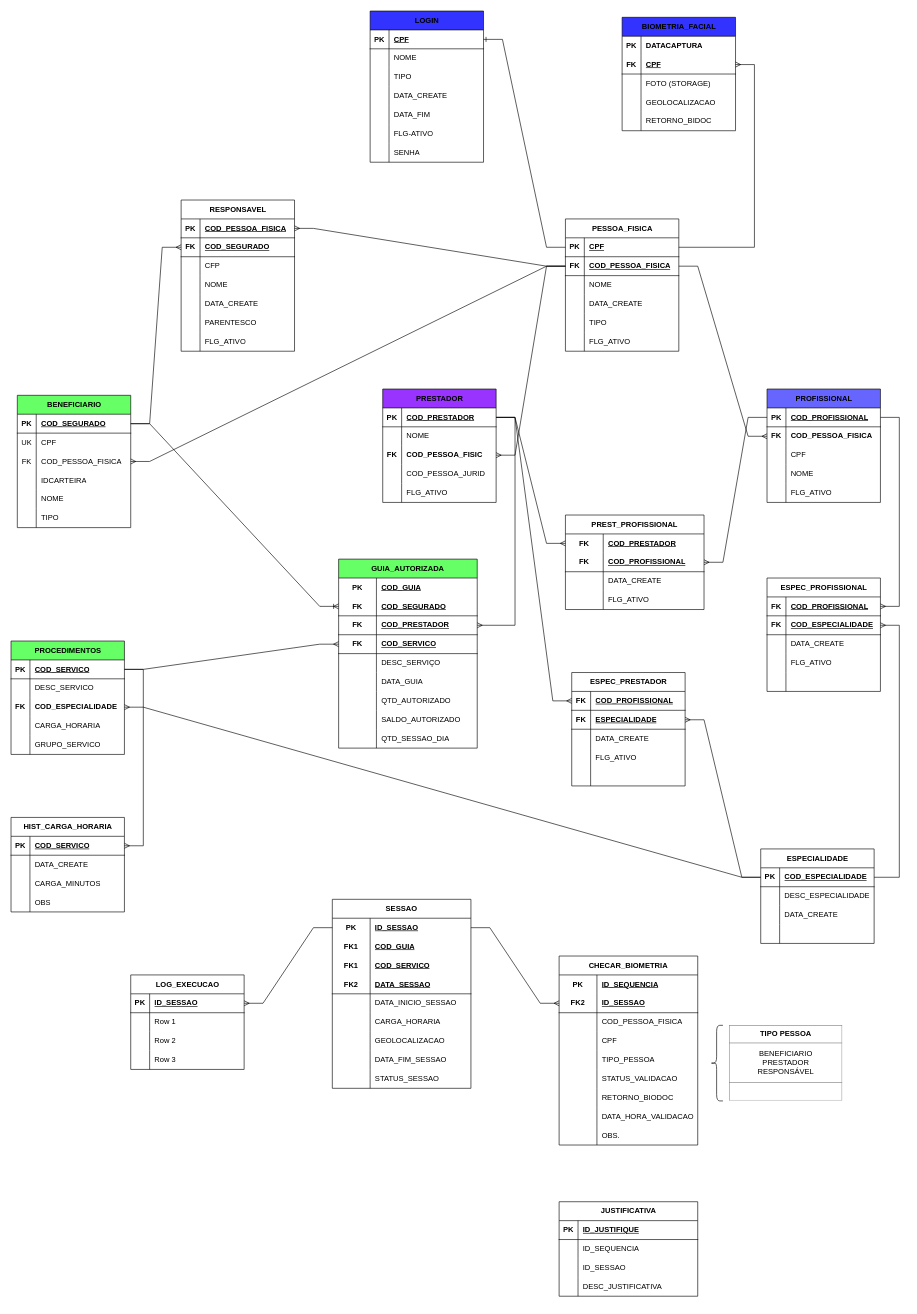
Before: APP-TEA02.drawio in hugocesar975/Todos, a draw.io diagram. Source tidied: cells renumbered, new cells numbered last; positions are measured from the earlier drawing's top-left corner, leaving out a move shared by most shapes. Both pictures are drawn from the tidied source at 63%, with x=0, y=0 at pixel (11, 11).
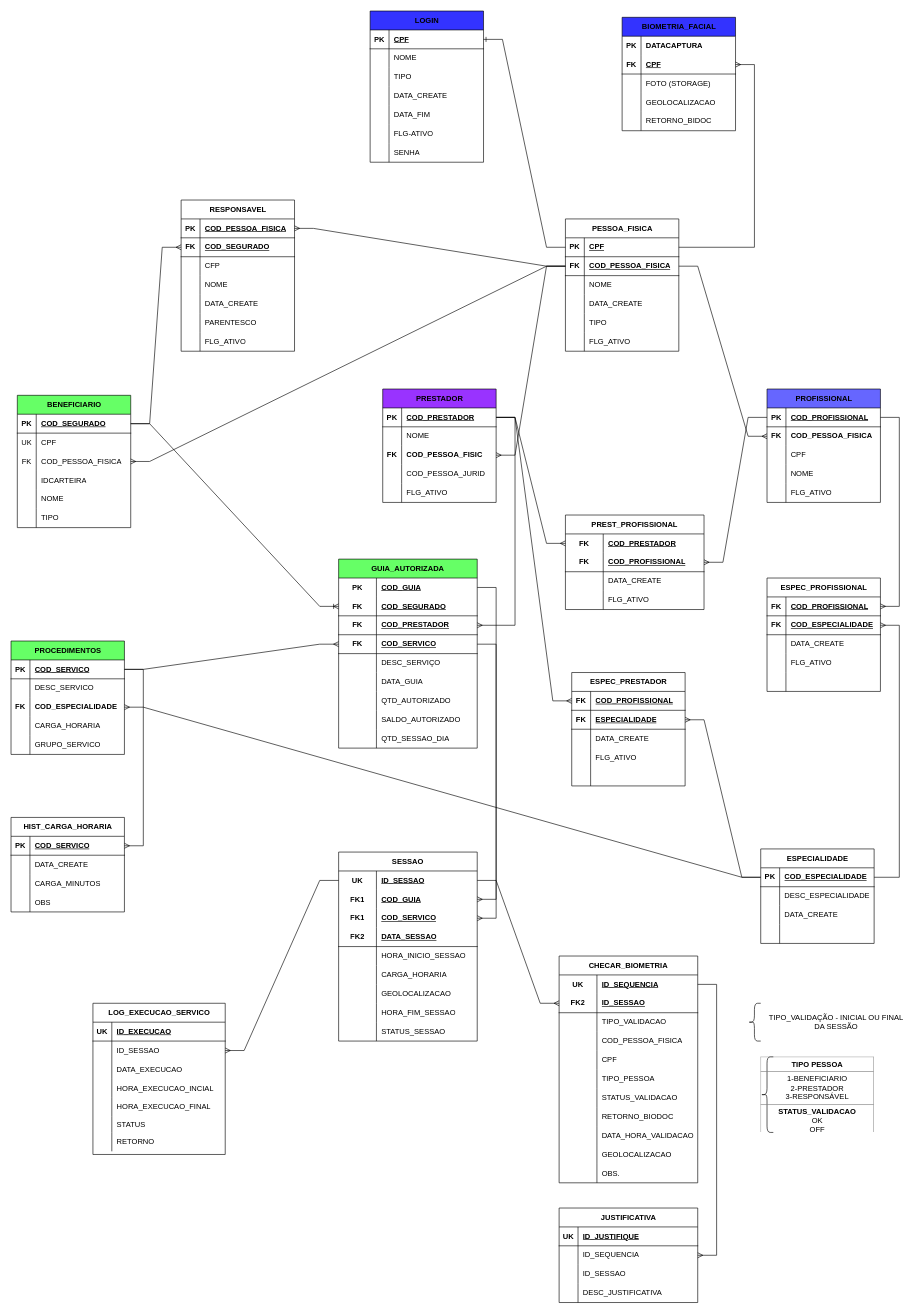
After the change.

Unchanged cells that the change refers to:
```xml
<mxCell id="23" style="shape=tableRow;horizontal=0;startSize=0;swimlaneHead=0;swimlaneBody=0;fillColor=none;points=[[0,0.5],[1,0.5]];portConstraint=eastwest;top=0;left=0;right=0;bottom=0;html=1;" parent="22" vertex="1">
  <mxGeometry y="30" width="220" height="30" as="geometry" />
</mxCell>
<mxCell id="32" style="shape=tableRow;horizontal=0;startSize=0;swimlaneHead=0;swimlaneBody=0;fillColor=none;points=[[0,0.5],[1,0.5]];portConstraint=eastwest;top=0;left=0;right=0;bottom=1;html=1;" parent="22" vertex="1">
  <mxGeometry y="120" width="220" height="30" as="geometry" />
</mxCell>
<mxCell id="266" style="shape=tableRow;horizontal=0;startSize=0;swimlaneHead=0;swimlaneBody=0;fillColor=none;points=[[0,0.5],[1,0.5]];portConstraint=eastwest;top=0;left=0;right=0;bottom=0;html=1;" parent="265" vertex="1">
  <mxGeometry y="30" width="220" height="30" as="geometry" />
</mxCell>
<mxCell id="269" style="shape=tableRow;horizontal=0;startSize=0;swimlaneHead=0;swimlaneBody=0;fillColor=none;points=[[0,0.5],[1,0.5]];portConstraint=eastwest;top=0;left=0;right=0;bottom=0;html=1;" parent="265" vertex="1">
  <mxGeometry y="60" width="220" height="30" as="geometry" />
</mxCell>
<mxCell id="272" style="shape=tableRow;horizontal=0;startSize=0;swimlaneHead=0;swimlaneBody=0;fillColor=none;points=[[0,0.5],[1,0.5]];portConstraint=eastwest;top=0;left=0;right=0;bottom=0;html=1;" parent="265" vertex="1">
  <mxGeometry y="90" width="220" height="30" as="geometry" />
</mxCell>
<mxCell id="278" style="shape=tableRow;horizontal=0;startSize=0;swimlaneHead=0;swimlaneBody=0;fillColor=none;top=0;left=0;right=0;bottom=0;html=1;" parent="265" vertex="1">
  <mxGeometry y="150" width="220" height="30" as="geometry" />
</mxCell>
<mxCell id="287" style="shape=tableRow;horizontal=0;startSize=0;swimlaneHead=0;swimlaneBody=0;fillColor=none;top=0;left=0;right=0;bottom=0;html=1;" parent="265" vertex="1">
  <mxGeometry y="240" width="220" height="30" as="geometry" />
</mxCell>
<mxCell id="309" style="shape=tableRow;horizontal=0;startSize=0;swimlaneHead=0;swimlaneBody=0;fillColor=none;points=[[0,0.5],[1,0.5]];portConstraint=eastwest;top=0;left=0;right=0;bottom=0;html=1;" parent="308" vertex="1">
  <mxGeometry y="30" width="220" height="30" as="geometry" />
</mxCell>
<mxCell id="339" style="shape=tableRow;horizontal=0;startSize=0;swimlaneHead=0;swimlaneBody=0;fillColor=none;top=0;left=0;right=0;bottom=1;" parent="338" vertex="1">
  <mxGeometry y="30" width="220" height="30" as="geometry" />
</mxCell>
<mxCell id="342" style="shape=tableRow;horizontal=0;startSize=0;swimlaneHead=0;swimlaneBody=0;fillColor=none;points=[[0,0.5],[1,0.5]];portConstraint=eastwest;top=0;left=0;right=0;bottom=0;" parent="338" vertex="1">
  <mxGeometry y="60" width="220" height="30" as="geometry" />
</mxCell>
```

What changed in the source:
```diff
@@
     <mxCell id="265" value="SESSAO" style="shape=table;startSize=30;childLayout=tableLayout;rowLines=0;fontStyle=1;align=center;html=1;whiteSpace=wrap;" parent="1" vertex="1">
-      <mxGeometry x="510" y="1410" width="220" height="300" as="geometry" />
+      <mxGeometry x="520" y="1335" width="220" height="300" as="geometry" />
     </mxCell>
@@
-    <mxCell id="267" value="PK" style="shape=partialRectangle;fillColor=none;top=0;left=0;bottom=0;right=0;fontStyle=1;overflow=hidden;html=1;whiteSpace=wrap;" parent="266" vertex="1">
+    <mxCell id="267" value="UK" style="shape=partialRectangle;fillColor=none;top=0;left=0;bottom=0;right=0;fontStyle=1;overflow=hidden;html=1;whiteSpace=wrap;" parent="266" vertex="1">
       <mxGeometry width="60" height="30" as="geometry" />
     </mxCell>
@@
-    <mxCell id="280" value="DATA_INICIO_SESSAO" style="shape=partialRectangle;fillColor=none;top=0;left=0;bottom=0;right=0;align=left;spacingLeft=6;overflow=hidden;html=1;whiteSpace=wrap;" parent="278" vertex="1">
+    <mxCell id="280" value="HORA_INICIO_SESSAO" style="shape=partialRectangle;fillColor=none;top=0;left=0;bottom=0;right=0;align=left;spacingLeft=6;overflow=hidden;html=1;whiteSpace=wrap;" parent="278" vertex="1">
       <mxGeometry x="60" width="160" height="30" as="geometry" />
     </mxCell>
@@
-    <mxCell id="289" value="DATA_FIM_SESSAO" style="shape=partialRectangle;fillColor=none;top=0;left=0;bottom=0;right=0;align=left;spacingLeft=6;overflow=hidden;html=1;whiteSpace=wrap;" parent="287" vertex="1">
+    <mxCell id="289" value="HORA_FIM_SESSAO" style="shape=partialRectangle;fillColor=none;top=0;left=0;bottom=0;right=0;align=left;spacingLeft=6;overflow=hidden;html=1;whiteSpace=wrap;" parent="287" vertex="1">
       <mxGeometry x="60" width="160" height="30" as="geometry" />
     </mxCell>
@@
-    <mxCell id="293" value="LOG_EXECUCAO" style="shape=table;startSize=30;childLayout=tableLayout;rowLines=0;fontStyle=1;align=center;html=1;" parent="1" vertex="1">
-      <mxGeometry x="190" y="1530" width="180" height="150" as="geometry" />
+    <mxCell id="293" value="LOG_EXECUCAO_SERVICO" style="shape=table;startSize=30;childLayout=tableLayout;rowLines=0;fontStyle=1;align=center;html=1;" parent="1" vertex="1">
+      <mxGeometry x="130" y="1575" width="210" height="240" as="geometry" />
     </mxCell>
     <mxCell id="294" style="shape=tableRow;horizontal=0;startSize=0;swimlaneHead=0;swimlaneBody=0;fillColor=none;points=[[0,0.5],[1,0.5]];portConstraint=eastwest;top=0;left=0;right=0;bottom=1;" parent="293" vertex="1">
-      <mxGeometry y="30" width="180" height="30" as="geometry" />
+      <mxGeometry y="30" width="210" height="30" as="geometry" />
     </mxCell>
-    <mxCell id="295" value="PK" style="shape=partialRectangle;fillColor=none;top=0;left=0;bottom=0;right=0;fontStyle=1;overflow=hidden;whiteSpace=wrap;html=1;" parent="294" vertex="1">
+    <mxCell id="295" value="UK" style="shape=partialRectangle;fillColor=none;top=0;left=0;bottom=0;right=0;fontStyle=1;overflow=hidden;whiteSpace=wrap;html=1;" parent="294" vertex="1">
       <mxGeometry width="30" height="30" as="geometry" />
     </mxCell>
-    <mxCell id="296" value="ID_SESSAO" style="shape=partialRectangle;fillColor=none;top=0;left=0;bottom=0;right=0;align=left;spacingLeft=6;fontStyle=5;overflow=hidden;whiteSpace=wrap;html=1;" parent="294" vertex="1">
-      <mxGeometry x="30" width="150" height="30" as="geometry" />
+    <mxCell id="296" value="ID_EXECUCAO" style="shape=partialRectangle;fillColor=none;top=0;left=0;bottom=0;right=0;align=left;spacingLeft=6;fontStyle=5;overflow=hidden;whiteSpace=wrap;html=1;" parent="294" vertex="1">
+      <mxGeometry x="30" width="180" height="30" as="geometry" />
     </mxCell>
+    <mxCell id="351" style="shape=tableRow;horizontal=0;startSize=0;swimlaneHead=0;swimlaneBody=0;fillColor=none;points=[[0,0.5],[1,0.5]];portConstraint=eastwest;top=0;left=0;right=0;bottom=0;" parent="293" vertex="1">
+      <mxGeometry y="60" width="210" height="30" as="geometry" />
+    </mxCell>
+    <mxCell id="352" style="shape=partialRectangle;fillColor=none;top=0;left=0;bottom=0;right=0;overflow=hidden;whiteSpace=wrap;html=1;" parent="351" vertex="1">
+      <mxGeometry width="30" height="30" as="geometry" />
+    </mxCell>
+    <mxCell id="353" value="ID_SESSAO" style="shape=partialRectangle;fillColor=none;top=0;left=0;bottom=0;right=0;align=left;spacingLeft=6;overflow=hidden;whiteSpace=wrap;html=1;" parent="351" vertex="1">
+      <mxGeometry x="30" width="180" height="30" as="geometry" />
+    </mxCell>
     <mxCell id="297" style="shape=tableRow;horizontal=0;startSize=0;swimlaneHead=0;swimlaneBody=0;fillColor=none;top=0;left=0;right=0;bottom=0;" parent="293" vertex="1">
-      <mxGeometry y="60" width="180" height="30" as="geometry" />
+      <mxGeometry y="90" width="210" height="30" as="geometry" />
     </mxCell>
@@
-    <mxCell id="299" value="Row 1" style="shape=partialRectangle;fillColor=none;top=0;left=0;bottom=0;right=0;align=left;spacingLeft=6;overflow=hidden;whiteSpace=wrap;html=1;" parent="297" vertex="1">
-      <mxGeometry x="30" width="150" height="30" as="geometry" />
+    <mxCell id="299" value="DATA_EXECUCAO" style="shape=partialRectangle;fillColor=none;top=0;left=0;bottom=0;right=0;align=left;spacingLeft=6;overflow=hidden;whiteSpace=wrap;html=1;" parent="297" vertex="1">
+      <mxGeometry x="30" width="180" height="30" as="geometry" />
     </mxCell>
+    <mxCell id="354" style="shape=tableRow;horizontal=0;startSize=0;swimlaneHead=0;swimlaneBody=0;fillColor=none;top=0;left=0;right=0;bottom=0;" parent="293" vertex="1">
+      <mxGeometry y="120" width="210" height="30" as="geometry" />
+    </mxCell>
+    <mxCell id="355" style="shape=partialRectangle;fillColor=none;top=0;left=0;bottom=0;right=0;overflow=hidden;whiteSpace=wrap;html=1;" parent="354" vertex="1">
+      <mxGeometry width="30" height="30" as="geometry" />
+    </mxCell>
+    <mxCell id="356" value="HORA_EXECUCAO_INCIAL" style="shape=partialRectangle;fillColor=none;top=0;left=0;bottom=0;right=0;align=left;spacingLeft=6;overflow=hidden;whiteSpace=wrap;html=1;" parent="354" vertex="1">
+      <mxGeometry x="30" width="180" height="30" as="geometry" />
+    </mxCell>
+    <mxCell id="357" style="shape=tableRow;horizontal=0;startSize=0;swimlaneHead=0;swimlaneBody=0;fillColor=none;top=0;left=0;right=0;bottom=0;" parent="293" vertex="1">
+      <mxGeometry y="150" width="210" height="30" as="geometry" />
+    </mxCell>
+    <mxCell id="358" style="shape=partialRectangle;fillColor=none;top=0;left=0;bottom=0;right=0;overflow=hidden;whiteSpace=wrap;html=1;" parent="357" vertex="1">
+      <mxGeometry width="30" height="30" as="geometry" />
+    </mxCell>
+    <mxCell id="359" value="HORA_EXECUCAO_FINAL" style="shape=partialRectangle;fillColor=none;top=0;left=0;bottom=0;right=0;align=left;spacingLeft=6;overflow=hidden;whiteSpace=wrap;html=1;" parent="357" vertex="1">
+      <mxGeometry x="30" width="180" height="30" as="geometry" />
+    </mxCell>
     <mxCell id="300" style="shape=tableRow;horizontal=0;startSize=0;swimlaneHead=0;swimlaneBody=0;fillColor=none;top=0;left=0;right=0;bottom=0;" parent="293" vertex="1">
-      <mxGeometry y="90" width="180" height="30" as="geometry" />
+      <mxGeometry y="180" width="210" height="25" as="geometry" />
     </mxCell>
     <mxCell id="301" style="shape=partialRectangle;fillColor=none;top=0;left=0;bottom=0;right=0;overflow=hidden;whiteSpace=wrap;html=1;" parent="300" vertex="1">
-      <mxGeometry width="30" height="30" as="geometry" />
+      <mxGeometry width="30" height="25" as="geometry" />
     </mxCell>
-    <mxCell id="302" value="Row 2" style="shape=partialRectangle;fillColor=none;top=0;left=0;bottom=0;right=0;align=left;spacingLeft=6;overflow=hidden;whiteSpace=wrap;html=1;" parent="300" vertex="1">
-      <mxGeometry x="30" width="150" height="30" as="geometry" />
+    <mxCell id="302" value="STATUS" style="shape=partialRectangle;fillColor=none;top=0;left=0;bottom=0;right=0;align=left;spacingLeft=6;overflow=hidden;whiteSpace=wrap;html=1;" parent="300" vertex="1">
+      <mxGeometry x="30" width="180" height="25" as="geometry" />
     </mxCell>
     <mxCell id="303" style="shape=tableRow;horizontal=0;startSize=0;swimlaneHead=0;swimlaneBody=0;fillColor=none;top=0;left=0;right=0;bottom=0;" parent="293" vertex="1">
-      <mxGeometry y="120" width="180" height="30" as="geometry" />
+      <mxGeometry y="205" width="210" height="30" as="geometry" />
     </mxCell>
@@
-    <mxCell id="305" value="Row 3" style="shape=partialRectangle;fillColor=none;top=0;left=0;bottom=0;right=0;align=left;spacingLeft=6;overflow=hidden;whiteSpace=wrap;html=1;" parent="303" vertex="1">
-      <mxGeometry x="30" width="150" height="30" as="geometry" />
+    <mxCell id="305" value="RETORNO" style="shape=partialRectangle;fillColor=none;top=0;left=0;bottom=0;right=0;align=left;spacingLeft=6;overflow=hidden;whiteSpace=wrap;html=1;" parent="303" vertex="1">
+      <mxGeometry x="30" width="180" height="30" as="geometry" />
     </mxCell>
@@
-    <mxCell id="307" style="edgeStyle=entityRelationEdgeStyle;fontSize=12;html=1;endArrow=ERmany;rounded=0;" parent="1" edge="1" source="266" target="294">
+    <mxCell id="307" style="edgeStyle=entityRelationEdgeStyle;fontSize=12;html=1;endArrow=ERmany;rounded=0;entryX=1;entryY=0.5;entryDx=0;entryDy=0;" parent="1" edge="1" source="266" target="351">
       <mxGeometry relative="1" as="geometry" />
     </mxCell>
     <mxCell id="308" value="CHECAR_BIOMETRIA" style="shape=table;startSize=30;childLayout=tableLayout;rowLines=0;fontStyle=1;align=center;html=1;whiteSpace=wrap;" parent="1" vertex="1">
-      <mxGeometry x="870" y="1500" width="220" height="300" as="geometry" />
+      <mxGeometry x="870" y="1500" width="220" height="360" as="geometry" />
     </mxCell>
@@
-    <mxCell id="310" value="PK" style="shape=partialRectangle;fillColor=none;top=0;left=0;bottom=0;right=0;fontStyle=1;overflow=hidden;html=1;whiteSpace=wrap;" parent="309" vertex="1">
+    <mxCell id="310" value="UK" style="shape=partialRectangle;fillColor=none;top=0;left=0;bottom=0;right=0;fontStyle=1;overflow=hidden;html=1;whiteSpace=wrap;" parent="309" vertex="1">
       <mxGeometry width="60" height="30" as="geometry" />
     </mxCell>
@@
+    <mxCell id="360" style="shape=tableRow;horizontal=0;startSize=0;swimlaneHead=0;swimlaneBody=0;fillColor=none;top=0;left=0;right=0;bottom=0;html=1;" parent="308" vertex="1">
+      <mxGeometry y="90" width="220" height="30" as="geometry" />
+    </mxCell>
+    <mxCell id="361" style="shape=partialRectangle;fillColor=none;top=0;left=0;bottom=0;right=0;overflow=hidden;html=1;whiteSpace=wrap;" parent="360" vertex="1">
+      <mxGeometry width="60" height="30" as="geometry" />
+    </mxCell>
+    <mxCell id="362" value="TIPO_VALIDACAO" style="shape=partialRectangle;fillColor=none;top=0;left=0;bottom=0;right=0;align=left;spacingLeft=6;overflow=hidden;html=1;whiteSpace=wrap;" parent="360" vertex="1">
+      <mxGeometry x="60" width="160" height="30" as="geometry" />
+    </mxCell>
     <mxCell id="315" style="shape=tableRow;horizontal=0;startSize=0;swimlaneHead=0;swimlaneBody=0;fillColor=none;top=0;left=0;right=0;bottom=0;html=1;" parent="308" vertex="1">
-      <mxGeometry y="90" width="220" height="30" as="geometry" />
+      <mxGeometry y="120" width="220" height="30" as="geometry" />
     </mxCell>
@@
     <mxCell id="318" style="shape=tableRow;horizontal=0;startSize=0;swimlaneHead=0;swimlaneBody=0;fillColor=none;top=0;left=0;right=0;bottom=0;html=1;" parent="308" vertex="1">
-      <mxGeometry y="120" width="220" height="30" as="geometry" />
+      <mxGeometry y="150" width="220" height="30" as="geometry" />
     </mxCell>
@@
     <mxCell id="321" style="shape=tableRow;horizontal=0;startSize=0;swimlaneHead=0;swimlaneBody=0;fillColor=none;top=0;left=0;right=0;bottom=0;html=1;" parent="308" vertex="1">
-      <mxGeometry y="150" width="220" height="30" as="geometry" />
+      <mxGeometry y="180" width="220" height="30" as="geometry" />
     </mxCell>
@@
     <mxCell id="324" style="shape=tableRow;horizontal=0;startSize=0;swimlaneHead=0;swimlaneBody=0;fillColor=none;top=0;left=0;right=0;bottom=0;html=1;" parent="308" vertex="1">
-      <mxGeometry y="180" width="220" height="30" as="geometry" />
+      <mxGeometry y="210" width="220" height="30" as="geometry" />
     </mxCell>
@@
     <mxCell id="327" style="shape=tableRow;horizontal=0;startSize=0;swimlaneHead=0;swimlaneBody=0;fillColor=none;top=0;left=0;right=0;bottom=0;html=1;" parent="308" vertex="1">
-      <mxGeometry y="210" width="220" height="30" as="geometry" />
+      <mxGeometry y="240" width="220" height="30" as="geometry" />
     </mxCell>
@@
     <mxCell id="330" style="shape=tableRow;horizontal=0;startSize=0;swimlaneHead=0;swimlaneBody=0;fillColor=none;top=0;left=0;right=0;bottom=0;html=1;" parent="308" vertex="1">
-      <mxGeometry y="240" width="220" height="30" as="geometry" />
+      <mxGeometry y="270" width="220" height="30" as="geometry" />
     </mxCell>
@@
+    <mxCell id="363" style="shape=tableRow;horizontal=0;startSize=0;swimlaneHead=0;swimlaneBody=0;fillColor=none;top=0;left=0;right=0;bottom=0;html=1;" parent="308" vertex="1">
+      <mxGeometry y="300" width="220" height="30" as="geometry" />
+    </mxCell>
+    <mxCell id="364" style="shape=partialRectangle;fillColor=none;top=0;left=0;bottom=0;right=0;overflow=hidden;html=1;whiteSpace=wrap;" parent="363" vertex="1">
+      <mxGeometry width="60" height="30" as="geometry" />
+    </mxCell>
+    <mxCell id="365" value="GEOLOCALIZACAO" style="shape=partialRectangle;fillColor=none;top=0;left=0;bottom=0;right=0;align=left;spacingLeft=6;overflow=hidden;html=1;whiteSpace=wrap;" parent="363" vertex="1">
+      <mxGeometry x="60" width="160" height="30" as="geometry" />
+    </mxCell>
     <mxCell id="333" style="shape=tableRow;horizontal=0;startSize=0;swimlaneHead=0;swimlaneBody=0;fillColor=none;top=0;left=0;right=0;bottom=0;html=1;" parent="308" vertex="1">
-      <mxGeometry y="270" width="220" height="30" as="geometry" />
+      <mxGeometry y="330" width="220" height="30" as="geometry" />
     </mxCell>
@@
     <mxCell id="336" style="shape=curlyBracket;whiteSpace=wrap;html=1;rounded=1;labelPosition=left;verticalLabelPosition=middle;align=right;verticalAlign=middle;" parent="1" vertex="1">
-      <mxGeometry x="1110" y="1610" width="20" height="120" as="geometry" />
+      <mxGeometry x="1190" y="1660" width="20" height="120" as="geometry" />
     </mxCell>
-    <mxCell id="337" value="&lt;table border=&quot;1&quot; width=&quot;100%&quot; height=&quot;100%&quot; cellpadding=&quot;4&quot; style=&quot;width:100%;height:100%;border-collapse:collapse;&quot;&gt;&lt;tbody&gt;&lt;tr&gt;&lt;th align=&quot;center&quot;&gt;TIPO PESSOA&lt;/th&gt;&lt;/tr&gt;&lt;tr&gt;&lt;td align=&quot;center&quot;&gt;BENEFICIARIO&lt;br&gt;PRESTADOR&lt;br&gt;RESPONSÁVEL&lt;/td&gt;&lt;/tr&gt;&lt;tr&gt;&lt;td align=&quot;center&quot;&gt;&lt;br&gt;&lt;/td&gt;&lt;/tr&gt;&lt;/tbody&gt;&lt;/table&gt;" style="text;html=1;whiteSpace=wrap;strokeColor=none;fillColor=none;overflow=fill;" parent="1" vertex="1">
-      <mxGeometry x="1140" y="1610" width="180" height="120" as="geometry" />
+    <mxCell id="337" value="&lt;table border=&quot;1&quot; width=&quot;100%&quot; height=&quot;100%&quot; cellpadding=&quot;4&quot; style=&quot;width:100%;height:100%;border-collapse:collapse;&quot;&gt;&lt;tbody&gt;&lt;tr&gt;&lt;th align=&quot;center&quot;&gt;TIPO PESSOA&lt;/th&gt;&lt;/tr&gt;&lt;tr&gt;&lt;td align=&quot;center&quot;&gt;1-BENEFICIARIO&lt;br&gt;2-PRESTADOR&lt;br&gt;3-RESPONSÁVEL&lt;/td&gt;&lt;/tr&gt;&lt;tr&gt;&lt;td align=&quot;center&quot;&gt;&lt;b&gt;STATUS_VALIDACAO&lt;/b&gt;&lt;br&gt;OK&lt;br&gt;OFF&lt;/td&gt;&lt;/tr&gt;&lt;/tbody&gt;&lt;/table&gt;" style="text;html=1;whiteSpace=wrap;strokeColor=none;fillColor=none;overflow=fill;" parent="1" vertex="1">
+      <mxGeometry x="1190" y="1660" width="180" height="120" as="geometry" />
     </mxCell>
     <mxCell id="338" value="JUSTIFICATIVA" style="shape=table;startSize=30;childLayout=tableLayout;rowLines=0;fontStyle=1;align=center;html=1;" parent="1" vertex="1">
-      <mxGeometry x="870" y="1890" width="220" height="150" as="geometry" />
+      <mxGeometry x="870" y="1900" width="220" height="150" as="geometry" />
     </mxCell>
@@
-    <mxCell id="340" value="PK" style="shape=partialRectangle;fillColor=none;top=0;left=0;bottom=0;right=0;fontStyle=1;overflow=hidden;whiteSpace=wrap;html=1;" parent="339" vertex="1">
+    <mxCell id="340" value="UK" style="shape=partialRectangle;fillColor=none;top=0;left=0;bottom=0;right=0;fontStyle=1;overflow=hidden;whiteSpace=wrap;html=1;" parent="339" vertex="1">
       <mxGeometry width="30" height="30" as="geometry" />
     </mxCell>
@@
+    <mxCell id="366" style="edgeStyle=entityRelationEdgeStyle;fontSize=12;html=1;endArrow=ERmany;rounded=0;" parent="1" edge="1" source="309" target="342">
+      <mxGeometry relative="1" as="geometry" />
+    </mxCell>
+    <mxCell id="367" value="TIPO_VALIDAÇÃO - INICIAL OU FINAL DA SESSÃO" style="text;html=1;strokeColor=none;fillColor=none;align=center;verticalAlign=middle;whiteSpace=wrap;overflow=hidden;" parent="1" vertex="1">
+      <mxGeometry x="1200" y="1580" width="220" height="50" as="geometry" />
+    </mxCell>
+    <mxCell id="368" style="shape=curlyBracket;whiteSpace=wrap;html=1;rounded=1;labelPosition=left;verticalLabelPosition=middle;align=right;verticalAlign=middle;" parent="1" vertex="1">
+      <mxGeometry x="1170" y="1575" width="20" height="60" as="geometry" />
+    </mxCell>
+    <mxCell id="369" style="edgeStyle=entityRelationEdgeStyle;fontSize=12;html=1;endArrow=ERmany;rounded=0;" parent="1" edge="1" source="23" target="269">
+      <mxGeometry relative="1" as="geometry" />
+    </mxCell>
+    <mxCell id="370" style="edgeStyle=entityRelationEdgeStyle;fontSize=12;html=1;endArrow=ERmany;rounded=0;" parent="1" edge="1" source="32" target="272">
+      <mxGeometry relative="1" as="geometry" />
+    </mxCell>
```
